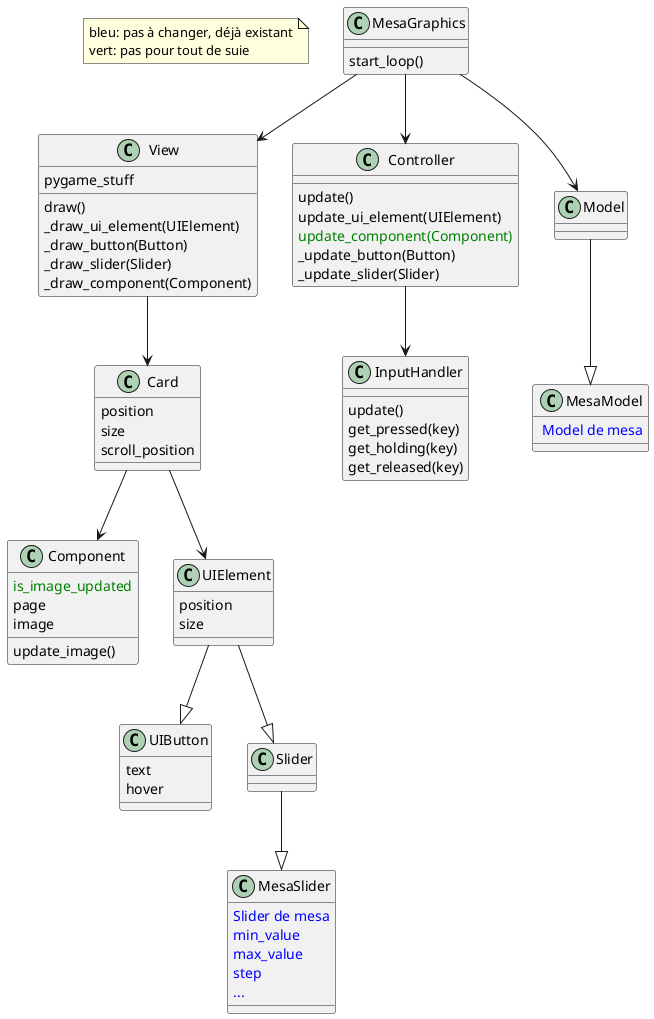
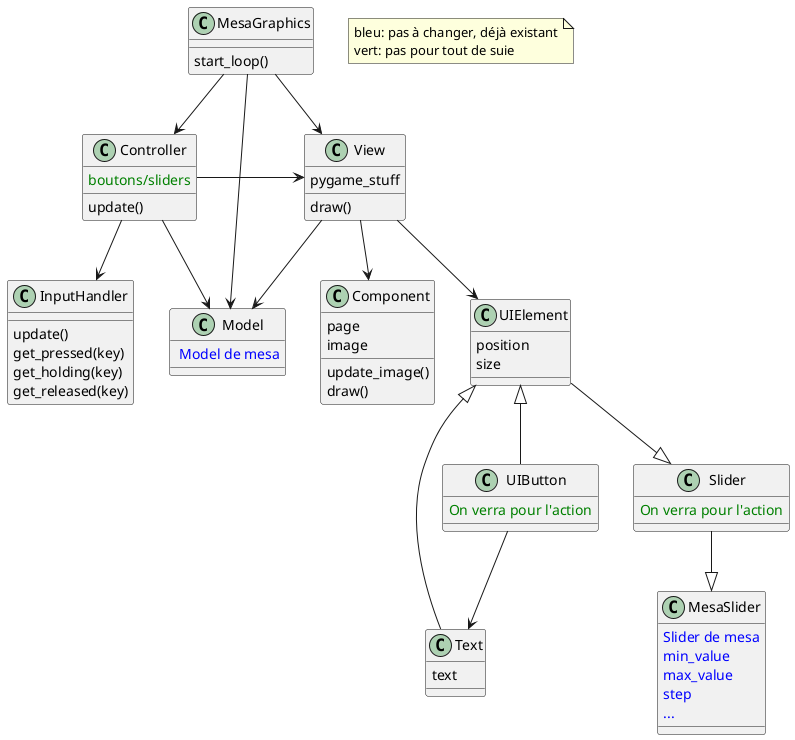
@startuml
note "bleu: pas à changer, déjà existant\nvert: pas pour tout de suie" as N1

class MesaGraphics
MesaGraphics : start_loop()

class View
View : pygame_stuff
View : draw()
- View : _draw_ui_element(UIElement)
- View : _draw_button(Button)
- View : _draw_slider(Slider)
- View : _draw_component(Component)

class Controller
Controller : update()
- Controller : update_ui_element(UIElement)
- Controller : <color:green>update_component(Component)
- Controller : _update_button(Button)
- Controller : _update_slider(Slider)
+ Controller : <color:green>boutons/sliders

- 
- class Model
+ Controller -> View
+ Controller -> Model
+ View --> Model

MesaGraphics --> View
MesaGraphics --> Controller
MesaGraphics --> Model

/' ########## Controller part ########## '/

class InputHandler
InputHandler : update()
InputHandler : get_pressed(key)
InputHandler : get_holding(key)
InputHandler : get_released(key)

Controller --> InputHandler

/' ########## Model part ########## '/

- class MesaModel
- MesaModel : <color:blue> Model de mesa
- 
- Model --|> MesaModel
+ class Model
+ Model : <color:blue> Model de mesa

/' ##########  View part ########## '/

- class Card
- Card : position
- Card : size
- Card : scroll_position
- View --> Card
- 
class Component
- Component : <color:green>is_image_updated
Component : page
Component : image
Component : update_image()
- Card --> Component
+ Component : draw()
+ View --> Component

class UIElement
UIElement : position
UIElement : size
- Card --> UIElement
+ View --> UIElement

class UIButton
- UIButton : text
- UIButton : hover
- UIElement --|> UIButton
+ UIButton : <color:green>On verra pour l'action
+ UIElement <|-- UIButton
+ 
+ class Text
+ Text : text
+ UIButton --> Text
+ UIElement <|-- Text

class Slider
+ Slider : <color:green>On verra pour l'action
UIElement --|> Slider

class MesaSlider
MesaSlider : <color:blue>Slider de mesa
MesaSlider : <color:blue>min_value
MesaSlider : <color:blue>max_value
MesaSlider : <color:blue>step
MesaSlider : <color:blue>...
Slider --|> MesaSlider


@enduml